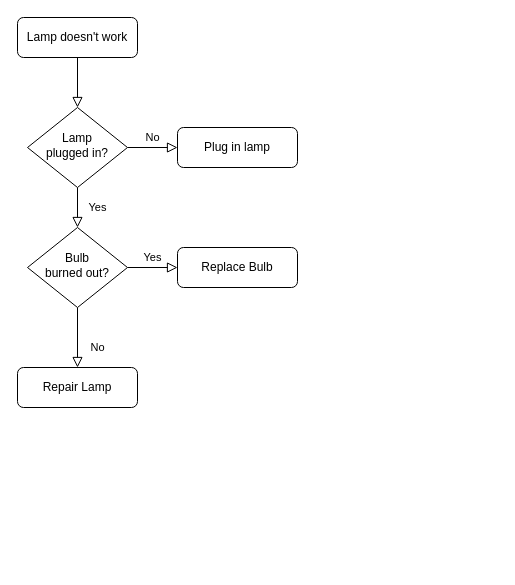
The draw.io diagram docs/Untitled Diagram.drawio in 52flutter/ant-design, before the edit. Source tidied: cells renumbered, new cells numbered last; positions are measured from the earlier drawing's top-left corner, leaving out a move shared by most shapes. Both pictures are drawn from the tidied source at 100%, with x=0, y=0 at pixel (17, 17).
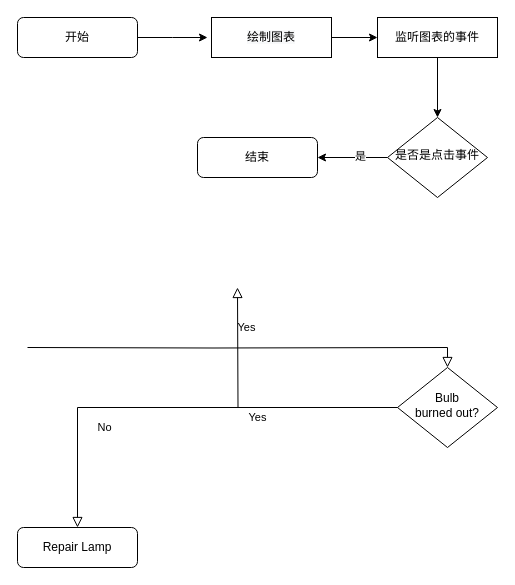
After the change.

What changed in the source:
```diff
@@
-    <mxCell id="2" style="rounded=0;html=1;jettySize=auto;fontSize=11;endArrow=block;endFill=0;endSize=8;strokeWidth=1;shadow=0;labelBackgroundColor=none;edgeStyle=orthogonalEdgeStyle;" parent="1" edge="1" source="3" target="6">
-      <mxGeometry relative="1" as="geometry" />
-    </mxCell>
+    <mxCell id="13" style="edgeStyle=orthogonalEdgeStyle;rounded=0;jettySize=auto;html=1;exitX=1;exitY=0.5;exitDx=0;exitDy=0;entryX=0;entryY=0.5;entryDx=0;entryDy=0;" parent="1" edge="1" source="3">
+      <mxGeometry relative="1" as="geometry">
+        <mxPoint x="190" y="20" as="targetPoint" />
+      </mxGeometry>
+    </mxCell>
-    <mxCell id="3" value="Lamp doesn't work" style="rounded=1;whiteSpace=wrap;html=1;fontSize=12;glass=0;strokeWidth=1;shadow=0;" parent="1" vertex="1">
+    <mxCell id="3" value="开始" style="rounded=1;whiteSpace=wrap;html=1;fontSize=12;glass=0;strokeWidth=1;shadow=0;" parent="1" vertex="1">
       <mxGeometry width="120" height="40" as="geometry" />
     </mxCell>
-    <mxCell id="4" value="Yes" style="rounded=0;html=1;jettySize=auto;fontSize=11;endArrow=block;endFill=0;endSize=8;strokeWidth=1;shadow=0;labelBackgroundColor=none;edgeStyle=orthogonalEdgeStyle;" parent="1" edge="1" source="6" target="10">
-      <mxGeometry y="20" relative="1" as="geometry" />
+    <mxCell id="4" value="Yes" style="rounded=0;html=1;jettySize=auto;fontSize=11;endArrow=block;endFill=0;endSize=8;strokeWidth=1;shadow=0;labelBackgroundColor=none;edgeStyle=orthogonalEdgeStyle;" parent="1" edge="1" target="10">
+      <mxGeometry y="20" relative="1" as="geometry">
+        <mxPoint x="10" y="330" as="sourcePoint" />
+      </mxGeometry>
     </mxCell>
-    <mxCell id="5" value="No" style="edgeStyle=orthogonalEdgeStyle;rounded=0;html=1;jettySize=auto;fontSize=11;endArrow=block;endFill=0;endSize=8;strokeWidth=1;shadow=0;labelBackgroundColor=none;" parent="1" edge="1" source="6" target="7">
-      <mxGeometry y="10" relative="1" as="geometry" />
-    </mxCell>
-    <mxCell id="6" value="Lamp&lt;br&gt;plugged in?" style="rhombus;whiteSpace=wrap;html=1;shadow=0;fontFamily=Helvetica;fontSize=12;align=center;strokeWidth=1;spacing=6;spacingTop=-4;" parent="1" vertex="1">
-      <mxGeometry x="10" y="90" width="100" height="80" as="geometry" />
-    </mxCell>
-    <mxCell id="7" value="Plug in lamp" style="rounded=1;whiteSpace=wrap;html=1;fontSize=12;glass=0;strokeWidth=1;shadow=0;" parent="1" vertex="1">
-      <mxGeometry x="160" y="110" width="120" height="40" as="geometry" />
-    </mxCell>
@@
-    <mxCell id="9" value="Yes" style="edgeStyle=orthogonalEdgeStyle;rounded=0;html=1;jettySize=auto;fontSize=11;endArrow=block;endFill=0;endSize=8;strokeWidth=1;shadow=0;labelBackgroundColor=none;" parent="1" edge="1" source="10" target="12">
-      <mxGeometry y="10" relative="1" as="geometry" />
+    <mxCell id="9" value="Yes" style="edgeStyle=orthogonalEdgeStyle;rounded=0;html=1;jettySize=auto;fontSize=11;endArrow=block;endFill=0;endSize=8;strokeWidth=1;shadow=0;labelBackgroundColor=none;" parent="1" edge="1" source="10">
+      <mxGeometry y="10" relative="1" as="geometry">
+        <mxPoint x="220" y="270" as="targetPoint" />
+      </mxGeometry>
     </mxCell>
     <mxCell id="10" value="Bulb&lt;br&gt;burned out?" style="rhombus;whiteSpace=wrap;html=1;shadow=0;fontFamily=Helvetica;fontSize=12;align=center;strokeWidth=1;spacing=6;spacingTop=-4;" parent="1" vertex="1">
-      <mxGeometry x="10" y="210" width="100" height="80" as="geometry" />
+      <mxGeometry x="380" y="350" width="100" height="80" as="geometry" />
     </mxCell>
     <mxCell id="11" value="Repair Lamp" style="rounded=1;whiteSpace=wrap;html=1;fontSize=12;glass=0;strokeWidth=1;shadow=0;" parent="1" vertex="1">
-      <mxGeometry y="350" width="120" height="40" as="geometry" />
+      <mxGeometry y="510" width="120" height="40" as="geometry" />
     </mxCell>
-    <mxCell id="12" value="Replace Bulb" style="rounded=1;whiteSpace=wrap;html=1;fontSize=12;glass=0;strokeWidth=1;shadow=0;" parent="1" vertex="1">
-      <mxGeometry x="160" y="230" width="120" height="40" as="geometry" />
-    </mxCell>
+    <mxCell id="14" style="edgeStyle=orthogonalEdgeStyle;rounded=0;orthogonalLoop=1;jettySize=auto;html=1;exitX=1;exitY=0.5;exitDx=0;exitDy=0;" parent="1" edge="1">
+      <mxGeometry relative="1" as="geometry">
+        <mxPoint x="310" y="20" as="sourcePoint" />
+        <mxPoint x="360" y="20" as="targetPoint" />
+      </mxGeometry>
+    </mxCell>
+    <mxCell id="15" value="&lt;span style=&quot;color: rgb(0, 0, 0); font-family: helvetica; font-size: 12px; font-style: normal; font-weight: 400; letter-spacing: normal; text-align: center; text-indent: 0px; text-transform: none; word-spacing: 0px; background-color: rgb(248, 249, 250); display: inline; float: none;&quot;&gt;绘制图表&lt;/span&gt;" style="rounded=0;whiteSpace=wrap;html=1;" parent="1" vertex="1">
+      <mxGeometry x="194" width="120" height="40" as="geometry" />
+    </mxCell>
+    <mxCell id="16" style="edgeStyle=orthogonalEdgeStyle;rounded=0;jettySize=auto;html=1;exitX=0.5;exitY=1;exitDx=0;exitDy=0;" parent="1" edge="1" source="17" target="20">
+      <mxGeometry relative="1" as="geometry" />
+    </mxCell>
+    <mxCell id="17" value="监听图表的事件" style="rounded=0;whiteSpace=wrap;html=1;" parent="1" vertex="1">
+      <mxGeometry x="360" width="120" height="40" as="geometry" />
+    </mxCell>
+    <mxCell id="18" style="edgeStyle=orthogonalEdgeStyle;rounded=0;jettySize=auto;html=1;" parent="1" edge="1" source="20">
+      <mxGeometry relative="1" as="geometry">
+        <mxPoint x="300" y="140" as="targetPoint" />
+      </mxGeometry>
+    </mxCell>
+    <mxCell id="19" value="是" style="edgeLabel;html=1;align=center;verticalAlign=middle;" parent="18" vertex="1">
+      <mxGeometry x="-0.2" y="-2" relative="1" as="geometry" />
+    </mxCell>
+    <mxCell id="20" value="是否是点击事件&lt;br&gt;" style="rhombus;whiteSpace=wrap;html=1;shadow=0;fontFamily=Helvetica;fontSize=12;align=center;strokeWidth=1;spacing=6;spacingTop=-4;" parent="1" vertex="1">
+      <mxGeometry x="370" y="100" width="100" height="80" as="geometry" />
+    </mxCell>
+    <mxCell id="21" value="结束" style="rounded=1;whiteSpace=wrap;html=1;fontSize=12;glass=0;strokeWidth=1;shadow=0;" parent="1" vertex="1">
+      <mxGeometry x="180" y="120" width="120" height="40" as="geometry" />
+    </mxCell>
```
